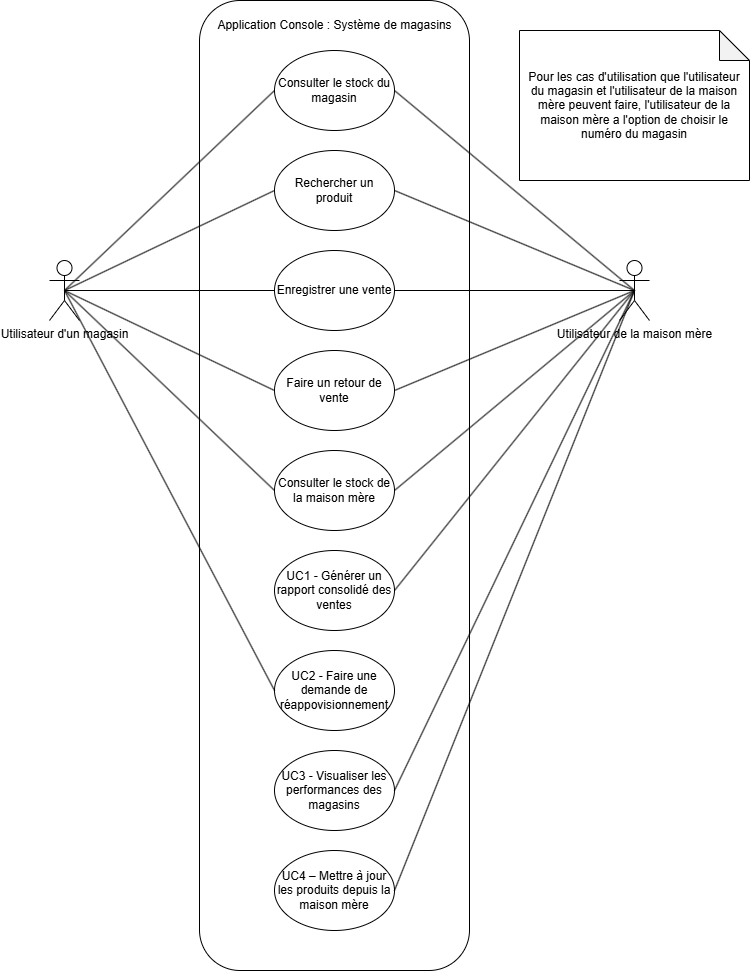
The draw.io diagram docs/UML/diag_vue_cas_utilisation.drawio.png in PraMaks/LOG430_Labo_0, before a commit. Source tidied: cells renumbered, new cells last; positions are measured from the earlier drawing's top-left corner, leaving out a move shared by most shapes.
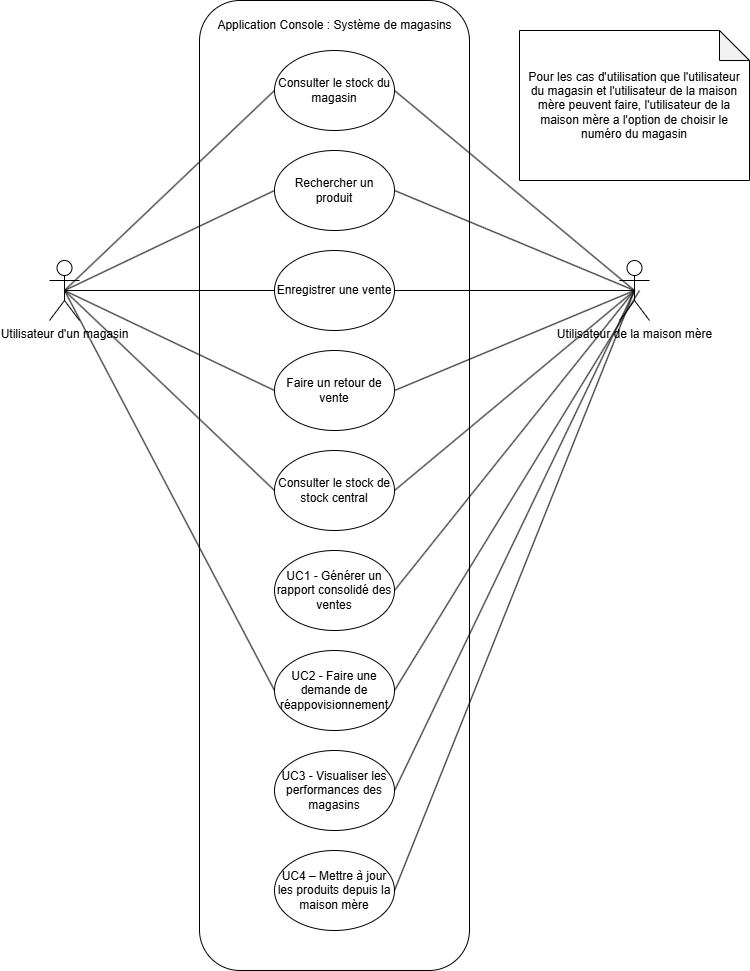
Above is the later version.

Change to the diagram source:
```diff
@@ -35,7 +35,7 @@
     <mxCell id="12" style="endArrow=none;html=1;rounded=0;entryX=0;entryY=0.5;entryDx=0;entryDy=0;exitX=0.5;exitY=0.5;exitDx=0;exitDy=0;exitPerimeter=0;" parent="1" edge="1" source="2" target="8">
       <mxGeometry relative="1" as="geometry" />
     </mxCell>
-    <mxCell id="13" value="Consulter le stock de la maison mère" style="ellipse;whiteSpace=wrap;html=1;" parent="1" vertex="1">
+    <mxCell id="13" value="Consulter le stock de stock central" style="ellipse;whiteSpace=wrap;html=1;" parent="1" vertex="1">
       <mxGeometry x="225" y="450" width="120" height="80" as="geometry" />
     </mxCell>
     <mxCell id="14" style="endArrow=none;html=1;rounded=0;entryX=0;entryY=0.5;entryDx=0;entryDy=0;exitX=0.5;exitY=0.5;exitDx=0;exitDy=0;exitPerimeter=0;" parent="1" edge="1" source="2" target="13">
@@ -86,5 +86,10 @@
     <mxCell id="29" style="endArrow=none;html=1;rounded=0;exitX=1;exitY=0.5;exitDx=0;exitDy=0;entryX=0.5;entryY=0.5;entryDx=0;entryDy=0;entryPerimeter=0;" parent="1" edge="1" source="28" target="17">
       <mxGeometry relative="1" as="geometry" />
     </mxCell>
+    <mxCell id="30" style="endArrow=none;html=1;rounded=0;exitX=1;exitY=0.5;exitDx=0;exitDy=0;" parent="1" edge="1" source="15">
+      <mxGeometry relative="1" as="geometry">
+        <mxPoint x="590" y="290" as="targetPoint" />
+      </mxGeometry>
+    </mxCell>
   </root>
 </mxGraphModel>
```
